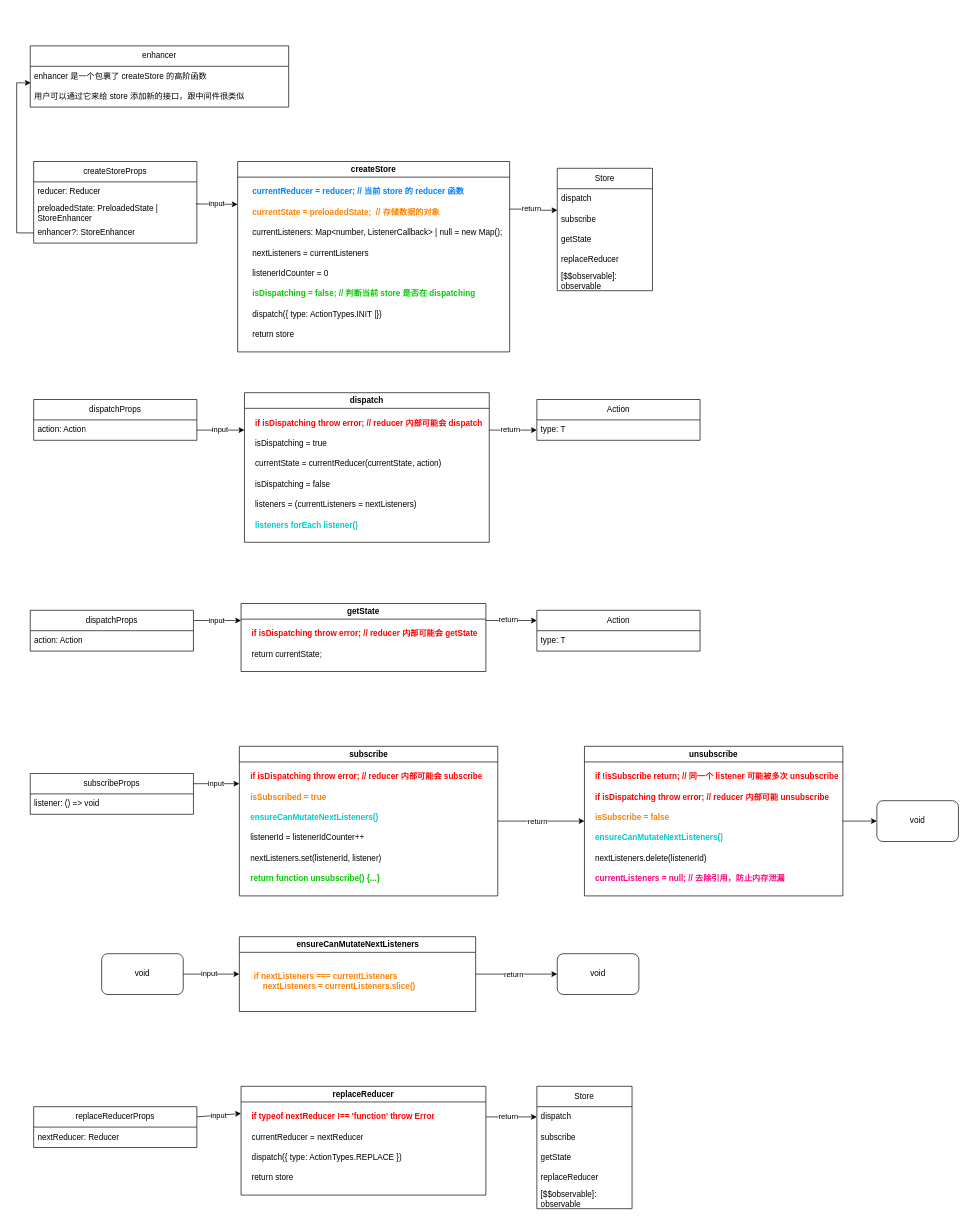
Before: packages/redux/diagram/createStore.drawio in Monoxt/learn, a draw.io diagram. Source tidied: cells renumbered, new cells numbered last; positions are measured from the earlier drawing's top-left corner, leaving out a move shared by most shapes. Both pictures are drawn from the tidied source at 68%, with x=0, y=0 at pixel (16, 46).
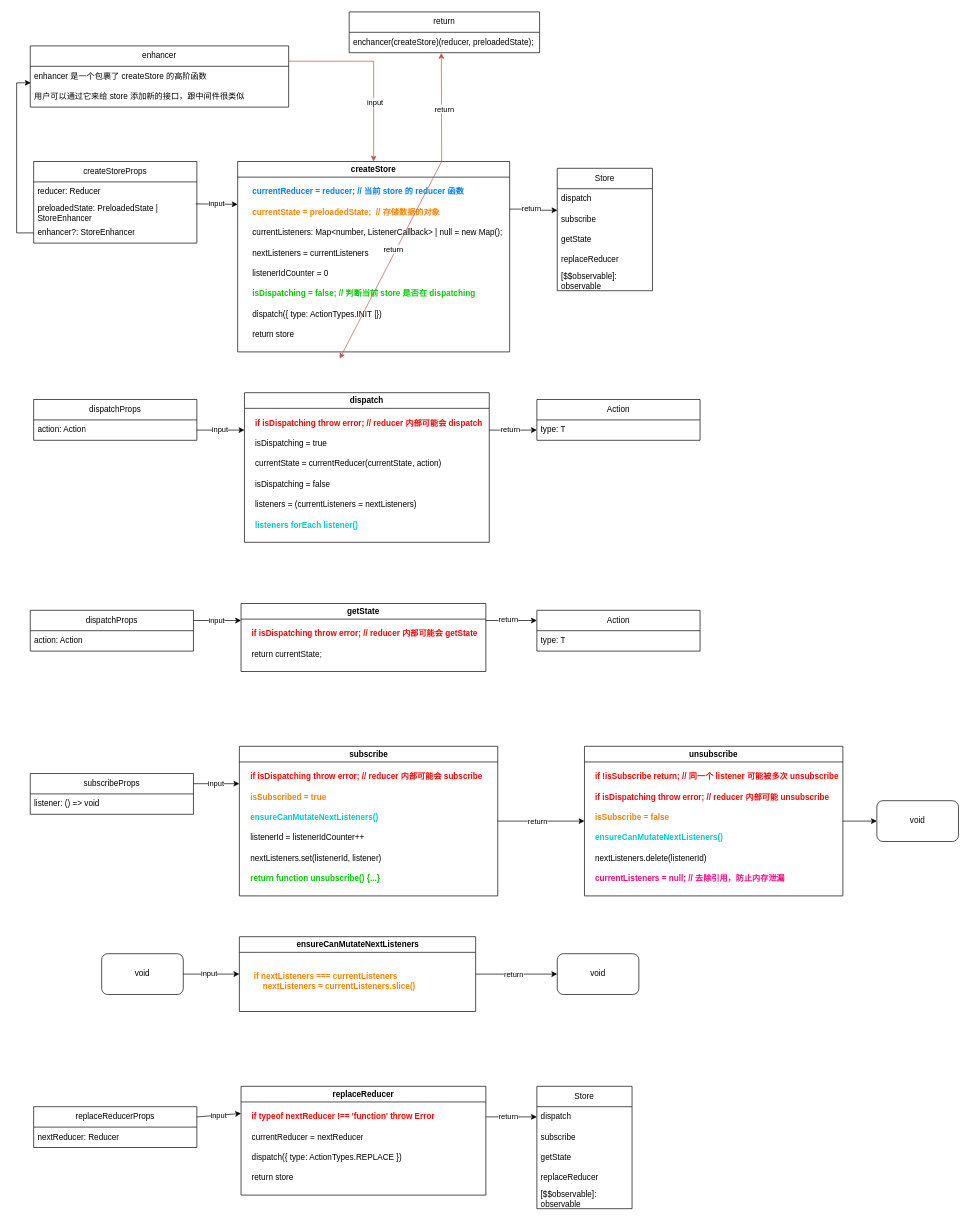
The same page after the edit.

The change refers to these unchanged cells:
```xml
<mxCell id="16" value="createStore" style="swimlane;whiteSpace=wrap;html=1;strokeColor=default;" parent="1" vertex="1">
  <mxGeometry x="325" y="170" width="400" height="280" as="geometry" />
</mxCell>
<mxCell id="98" value="enhancer" style="swimlane;fontStyle=0;horizontal=1;startSize=30;whiteSpace=wrap;html=1;" parent="1" vertex="1">
  <mxGeometry x="20" width="380" height="90" as="geometry" />
</mxCell>
```

Diff of the diagram source:
```diff
@@
+    <mxCell id="102" style="edgeStyle=orthogonalEdgeStyle;rounded=0;jettySize=auto;html=1;exitX=1;exitY=0.25;exitDx=0;exitDy=0;fillColor=#f8cecc;strokeColor=#b85450;" parent="1" edge="1" source="98" target="16">
+      <mxGeometry relative="1" as="geometry" />
+    </mxCell>
+    <mxCell id="103" value="input" style="edgeLabel;html=1;align=center;verticalAlign=middle;" parent="102" vertex="1">
+      <mxGeometry x="0.36" y="1" relative="1" as="geometry" />
+    </mxCell>
@@
+    <mxCell id="104" value="return" style="swimlane;fontStyle=0;horizontal=1;startSize=30;whiteSpace=wrap;html=1;" parent="1" vertex="1">
+      <mxGeometry x="489" y="-50" width="280" height="60" as="geometry" />
+    </mxCell>
+    <mxCell id="105" value="enchancer(createStore)(reducer, preloadedState);" style="text;strokeColor=none;fillColor=none;align=left;verticalAlign=middle;spacingLeft=4;spacingRight=4;overflow=hidden;points=[[0,0.5],[1,0.5]];portConstraint=eastwest;whiteSpace=wrap;html=1;" parent="104" vertex="1">
+      <mxGeometry y="30" width="280" height="30" as="geometry" />
+    </mxCell>
+    <mxCell id="106" style="endArrow=classic;html=1;rounded=0;exitX=0.75;exitY=0;exitDx=0;exitDy=0;entryX=0.478;entryY=1.008;entryDx=0;entryDy=0;entryPerimeter=0;fillColor=#f8cecc;strokeColor=#b85450;" parent="1" edge="1" source="16">
+      <mxGeometry relative="1" as="geometry">
+        <mxPoint x="475" y="460" as="targetPoint" />
+      </mxGeometry>
+    </mxCell>
+    <mxCell id="107" value="return" style="edgeLabel;html=1;align=center;verticalAlign=middle;" parent="106" vertex="1">
+      <mxGeometry x="-0.1" y="-4" relative="1" as="geometry" />
+    </mxCell>
+    <mxCell id="108" style="endArrow=classic;html=1;rounded=0;exitX=0.75;exitY=0;exitDx=0;exitDy=0;entryX=0.484;entryY=1.014;entryDx=0;entryDy=0;entryPerimeter=0;fillColor=#f8cecc;strokeColor=#b85450;" parent="1" edge="1" source="16" target="105">
+      <mxGeometry relative="1" as="geometry" />
+    </mxCell>
+    <mxCell id="109" value="return" style="edgeLabel;html=1;align=center;verticalAlign=middle;" parent="108" vertex="1">
+      <mxGeometry x="-0.17" y="-1" relative="1" as="geometry">
+        <mxPoint x="3" y="-11" as="offset" />
+      </mxGeometry>
+    </mxCell>
```
